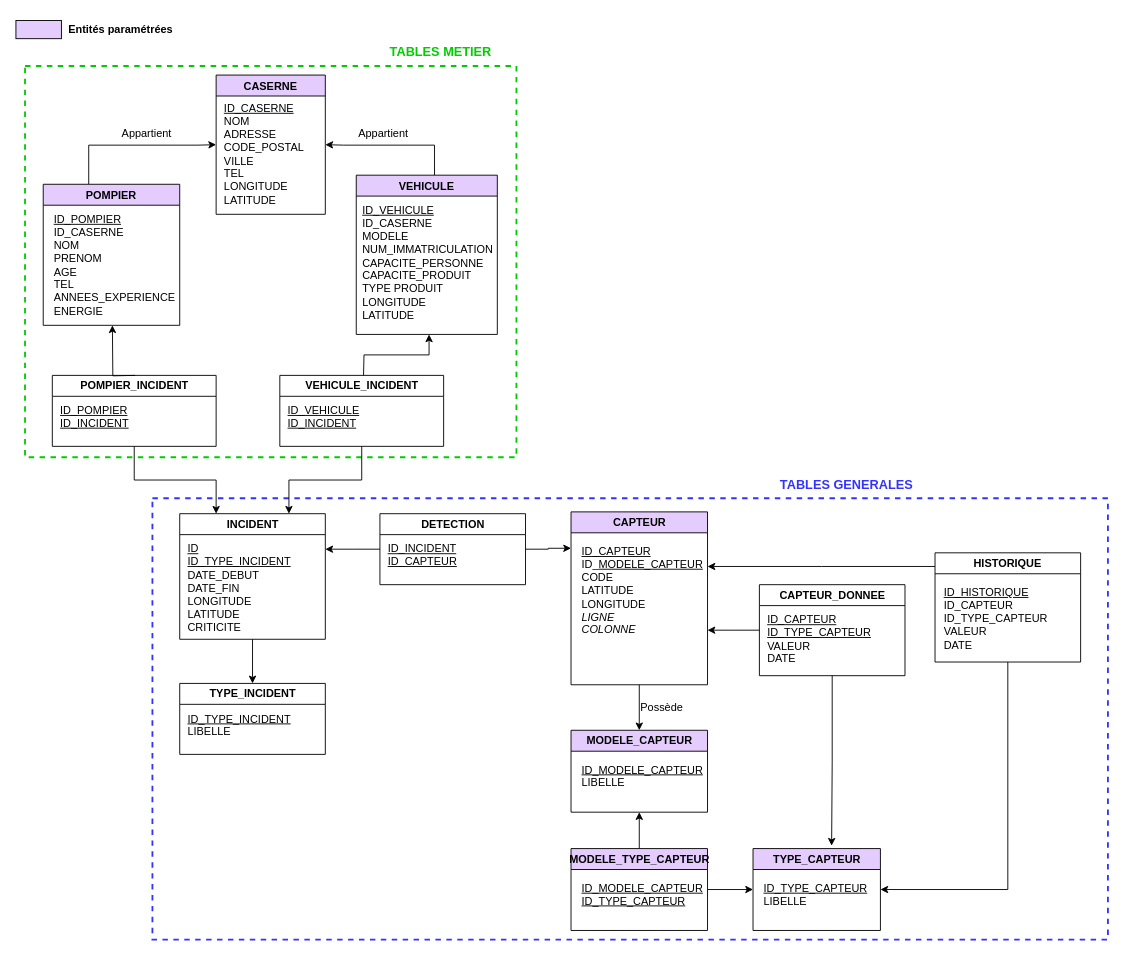
Earlier version of the draw.io diagram Conception/MLD Emergency.drawio (GOROVSKY/projet-scientifique). Source tidied: cells renumbered, new cells numbered last; positions are measured from the earlier drawing's top-left corner, leaving out a move shared by most shapes. Both pictures are drawn from the tidied source at 91%, with x=0, y=0 at pixel (15, 15).
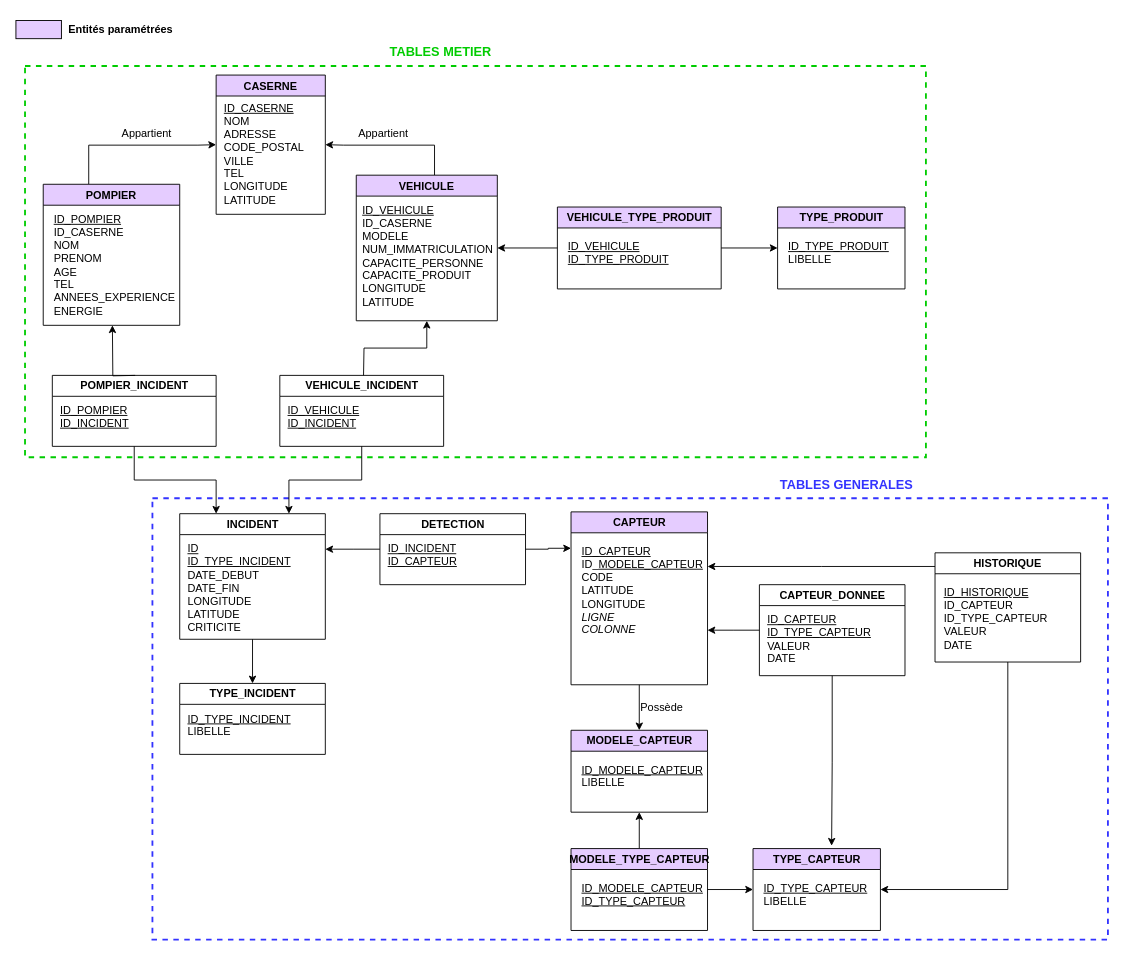
After the change.

Commit message (it also covers changes not shown here):
Type produit added MCD/MLD

What changed in the source:
```diff
@@
     <mxCell id="2" style="rounded=0;whiteSpace=wrap;html=1;dashed=1;fontSize=14;fontColor=#00CC00;strokeColor=#00CC00;strokeWidth=2;fillColor=none;" parent="1" vertex="1">
-      <mxGeometry x="10" y="55" width="540" height="430" as="geometry" />
+      <mxGeometry x="10" y="55" width="990" height="430" as="geometry" />
     </mxCell>
@@
     <mxCell id="7" value="VEHICULE" style="swimlane;startSize=23;fillColor=#E5CCFF;" parent="1" vertex="1">
-      <mxGeometry x="374" y="175" width="155" height="175" as="geometry" />
+      <mxGeometry x="374" y="175" width="155" height="160" as="geometry" />
     </mxCell>
-    <mxCell id="8" value="&lt;div align=&quot;left&quot;&gt;&lt;u&gt;ID_VEHICULE&lt;/u&gt;&lt;/div&gt;&lt;div align=&quot;left&quot;&gt;ID_CASERNE&lt;u&gt;&lt;br&gt;&lt;/u&gt;&lt;/div&gt;&lt;div align=&quot;left&quot;&gt;MODELE&lt;/div&gt;&lt;div align=&quot;left&quot;&gt;NUM_IMMATRICULATION&lt;/div&gt;&lt;div align=&quot;left&quot;&gt;CAPACITE_PERSONNE&lt;/div&gt;&lt;div align=&quot;left&quot;&gt;CAPACITE_PRODUIT&lt;br&gt;&lt;/div&gt;&lt;div align=&quot;left&quot;&gt;TYPE PRODUIT&lt;/div&gt;&lt;div align=&quot;left&quot;&gt;LONGITUDE&lt;/div&gt;&lt;div align=&quot;left&quot;&gt;LATITUDE&lt;br&gt;&lt;/div&gt;&lt;div align=&quot;left&quot;&gt;&lt;br&gt;&lt;/div&gt;" style="text;html=1;align=left;verticalAlign=top;points=[];strokeColor=none;fillColor=none;" parent="7" vertex="1">
-      <mxGeometry x="5" y="25" width="150" height="150" as="geometry" />
+    <mxCell id="8" value="&lt;div align=&quot;left&quot;&gt;&lt;u&gt;ID_VEHICULE&lt;/u&gt;&lt;/div&gt;&lt;div align=&quot;left&quot;&gt;ID_CASERNE&lt;u&gt;&lt;br&gt;&lt;/u&gt;&lt;/div&gt;&lt;div align=&quot;left&quot;&gt;MODELE&lt;/div&gt;&lt;div align=&quot;left&quot;&gt;NUM_IMMATRICULATION&lt;/div&gt;&lt;div align=&quot;left&quot;&gt;CAPACITE_PERSONNE&lt;/div&gt;&lt;div align=&quot;left&quot;&gt;CAPACITE_PRODUIT&lt;br&gt;&lt;/div&gt;&lt;div align=&quot;left&quot;&gt;LONGITUDE&lt;/div&gt;&lt;div align=&quot;left&quot;&gt;LATITUDE&lt;br&gt;&lt;/div&gt;&lt;div align=&quot;left&quot;&gt;&lt;br&gt;&lt;/div&gt;" style="text;html=1;align=left;verticalAlign=top;points=[];strokeColor=none;fillColor=none;" parent="7" vertex="1">
+      <mxGeometry x="5" y="25" width="150" height="130" as="geometry" />
     </mxCell>
@@
-    <mxCell id="13" style="edgeStyle=orthogonalEdgeStyle;rounded=0;jettySize=auto;html=1;" parent="1" edge="1" target="8">
+    <mxCell id="13" style="edgeStyle=orthogonalEdgeStyle;rounded=0;jettySize=auto;html=1;" parent="1" edge="1" target="7">
       <mxGeometry relative="1" as="geometry">
         <mxPoint x="382" y="395" as="sourcePoint" />
       </mxGeometry>
     </mxCell>
@@
+    <mxCell id="55" style="edgeStyle=orthogonalEdgeStyle;rounded=0;jettySize=auto;html=1;" parent="1" edge="1" source="57" target="59">
+      <mxGeometry relative="1" as="geometry" />
+    </mxCell>
+    <mxCell id="56" style="edgeStyle=orthogonalEdgeStyle;rounded=0;jettySize=auto;html=1;" parent="1" edge="1" source="57" target="7">
+      <mxGeometry relative="1" as="geometry" />
+    </mxCell>
+    <mxCell id="57" value="VEHICULE_TYPE_PRODUIT" style="swimlane;fontFamily=Helvetica;fontSize=12;fontColor=default;fillColor=#E5CCFF;gradientColor=none;html=1;" parent="1" vertex="1">
+      <mxGeometry x="595" y="210" width="180" height="90" as="geometry" />
+    </mxCell>
+    <mxCell id="58" value="&lt;div align=&quot;left&quot;&gt;&lt;u&gt;ID_VEHICULE&lt;/u&gt;&lt;/div&gt;&lt;u&gt;ID_TYPE_PRODUIT&lt;/u&gt;&lt;br&gt;&lt;div&gt;&lt;br&gt;&lt;/div&gt;&lt;div&gt;&lt;br&gt;&lt;/div&gt;" style="text;html=1;align=left;verticalAlign=top;strokeColor=none;fillColor=none;" parent="57" vertex="1">
+      <mxGeometry x="10" y="30" width="120" height="60" as="geometry" />
+    </mxCell>
+    <mxCell id="59" value="TYPE_PRODUIT" style="swimlane;fontFamily=Helvetica;fontSize=12;fontColor=default;fillColor=#E5CCFF;gradientColor=none;html=1;" parent="1" vertex="1">
+      <mxGeometry x="837" y="210" width="140" height="90" as="geometry" />
+    </mxCell>
+    <mxCell id="60" value="&lt;div align=&quot;left&quot;&gt;&lt;u&gt;ID_TYPE_PRODUIT&lt;/u&gt;&lt;/div&gt;LIBELLE&lt;br&gt;&lt;div&gt;&lt;br&gt;&lt;/div&gt;&lt;div&gt;&lt;br&gt;&lt;/div&gt;" style="text;html=1;align=left;verticalAlign=top;strokeColor=none;fillColor=none;" parent="59" vertex="1">
+      <mxGeometry x="10" y="30" width="120" height="60" as="geometry" />
+    </mxCell>
```
